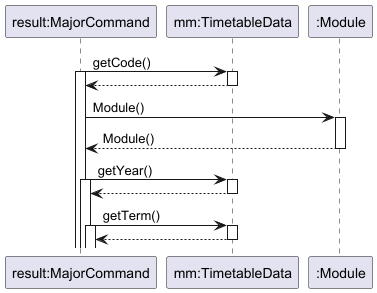
mendax1234/tp keeps this PlantUML diagram as docs/diagrams/majorCommand-GetModuleFromMajorObject.png. Above is the earlier version.
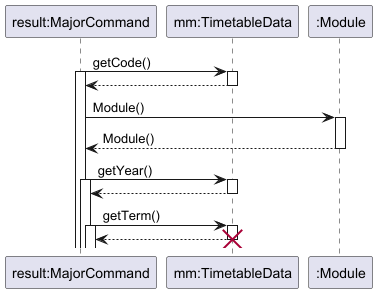
After the commit.

Commit message:
Minor fix to MajorCommand sequence diagrams

What changed in the source:
```diff
@@ -22,7 +22,7 @@
 activate "result:MajorCommand"
 activate "mm:TimetableData"
 "result:MajorCommand" <-- "mm:TimetableData"
-deactivate "mm:TimetableData"
+destroy "mm:TimetableData"
 
 
 
```
